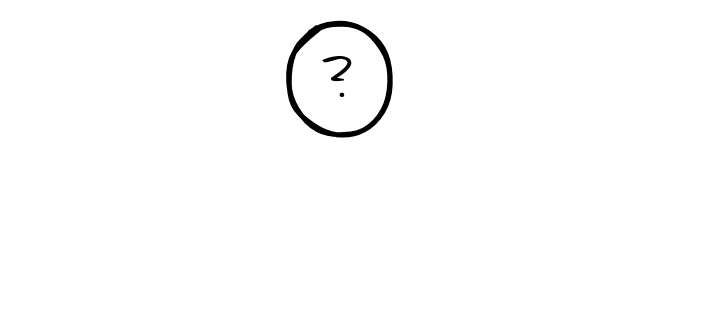
This is page "index" (1 of 15) of src/init.drawio from pegandoasmanhas/.init, a draw.io file, before an edit. Source tidied: cells renumbered, new cells numbered last; positions are measured from the earlier drawing's top-left corner, leaving out a move shared by most shapes. Both pictures are drawn from the tidied source at 100%, with x=0, y=0 at pixel (285, 25).
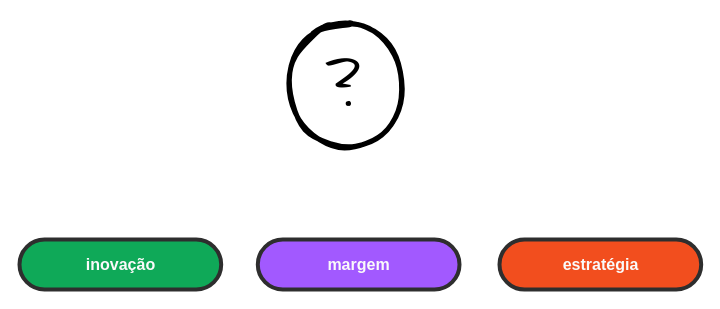
After the change.

Change to the diagram source:
```diff
@@
 <mxGraphModel>
   <root>
     <mxCell id="0" />
     <mxCell id="1" parent="0" />
-    <mxCell id="2" value="?" style="ellipse;whiteSpace=wrap;html=1;sketch=1;fontFamily=Comic Sans MS;fontSize=60;strokeWidth=5;fillStyle=solid;spacing=20;spacingLeft=10;spacingBottom=10;spacingRight=10;spacingTop=10;perimeterSpacing=60;rotation=354;" parent="1" vertex="1">
-      <mxGeometry width="108" height="108" as="geometry" />
+    <mxCell id="2" value="&lt;font style=&quot;font-size: 70px&quot;&gt;?&lt;/font&gt;" style="ellipse;whiteSpace=wrap;html=1;sketch=1;fontFamily=Comic Sans MS;fontSize=60;strokeWidth=5;fillStyle=solid;spacing=20;spacingLeft=10;spacingBottom=10;spacingRight=10;spacingTop=10;perimeterSpacing=60;rotation=354;shadow=0;" parent="1" vertex="1">
+      <mxGeometry width="120" height="120" as="geometry" />
     </mxCell>
+    <mxCell id="3" value="margem" style="html=1;whitespace=wrap;shape=mxgraph.dfd.start;strokeWidth=4;sketch=0;shadow=0;strokeColor=#2E2E2E;fontSize=16;fontStyle=1;fillColor=#A259FF;fontColor=#FAFAFA;" parent="1" vertex="1">
+      <mxGeometry x="-27.7" y="214" width="201.7" height="50" as="geometry" />
+    </mxCell>
+    <mxCell id="4" value="inovação" style="html=1;whitespace=wrap;shape=mxgraph.dfd.start;strokeWidth=4;sketch=0;shadow=0;strokeColor=#2E2E2E;fontSize=16;fontStyle=1;fontColor=#FAFAFA;fillColor=#0FA958;" parent="1" vertex="1">
+      <mxGeometry x="-266" y="214" width="201.7" height="50" as="geometry" />
+    </mxCell>
+    <mxCell id="5" value="estratégia" style="html=1;whitespace=wrap;shape=mxgraph.dfd.start;strokeWidth=4;sketch=0;shadow=0;strokeColor=#2E2E2E;fontSize=16;fontStyle=1;fontColor=#FAFAFA;fillColor=#F24E1E;" parent="1" vertex="1">
+      <mxGeometry x="214" y="214" width="201.7" height="50" as="geometry" />
+    </mxCell>
   </root>
 </mxGraphModel>
```
